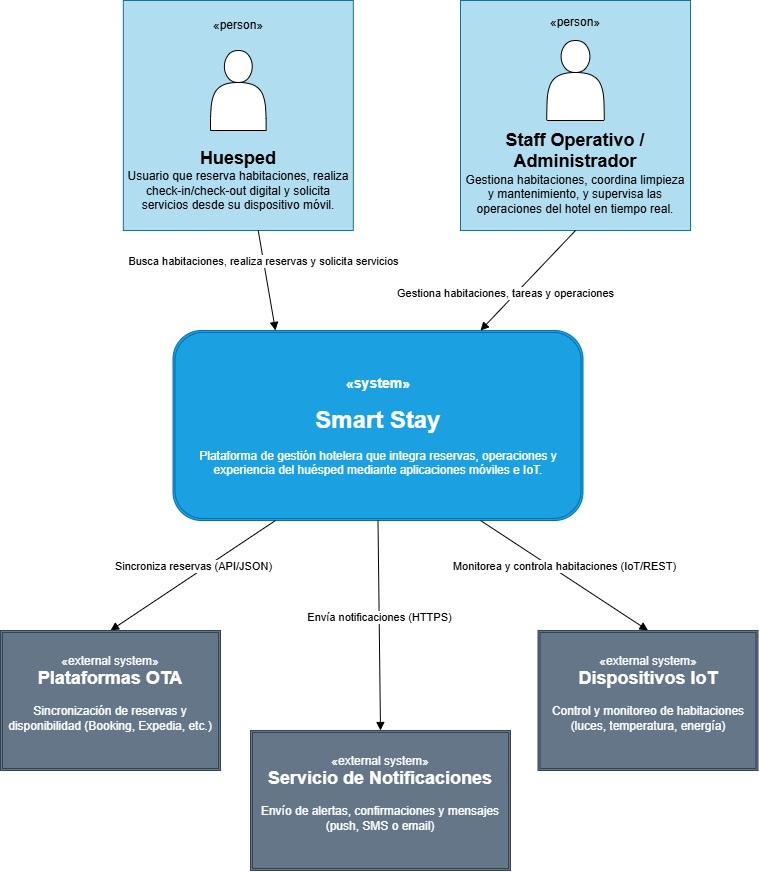
The draw.io diagram assets/Chapter-II/context-level-diagrams.png in Movil-dev-Aplicaciones-Moviles/report, before a commit. Source tidied: cells renumbered, new cells last; positions are measured from the earlier drawing's top-left corner, leaving out a move shared by most shapes.
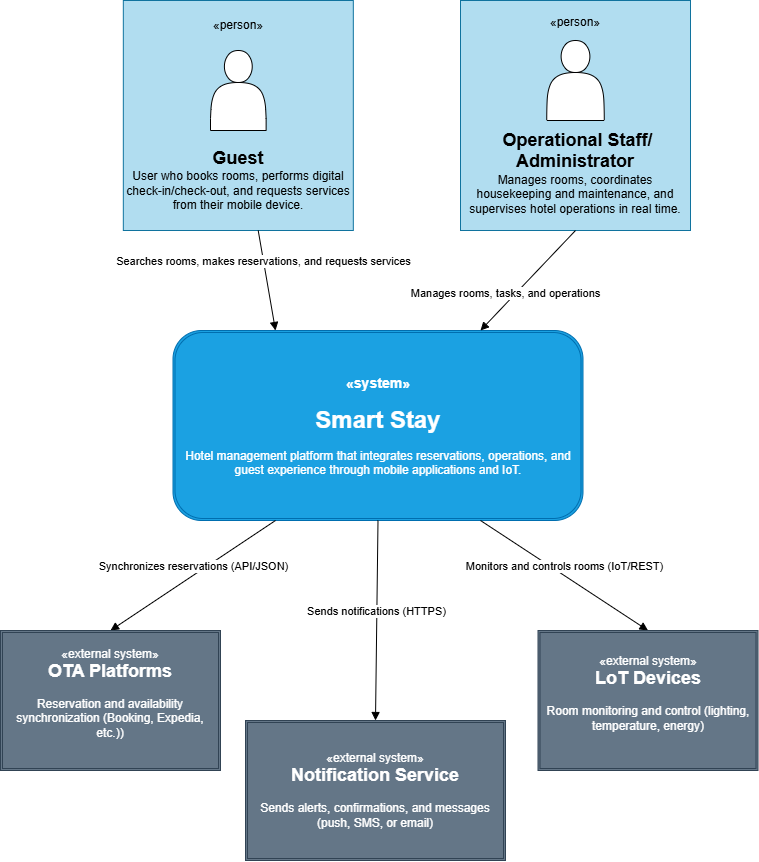
The same diagram one commit later.

The edit, as a diff of the source:
```diff
@@ -2,43 +2,43 @@
   <root>
     <mxCell id="0" />
     <mxCell id="1" parent="0" />
-    <mxCell id="2" value="&lt;div&gt;«person»&lt;/div&gt;&lt;div&gt;&lt;br&gt;&lt;/div&gt;&lt;div&gt;&lt;br&gt;&lt;/div&gt;&lt;div&gt;&lt;br&gt;&lt;/div&gt;&lt;div&gt;&lt;br&gt;&lt;/div&gt;&lt;div&gt;&lt;br&gt;&lt;/div&gt;&lt;div&gt;&lt;br&gt;&lt;/div&gt;&lt;div&gt;&lt;br&gt;&lt;/div&gt;&lt;div&gt;&lt;br&gt;&lt;/div&gt;&lt;div&gt;&lt;div&gt;&lt;font style=&quot;font-size: 18px;&quot;&gt;&lt;b&gt;Huesped&lt;/b&gt;&lt;/font&gt;&lt;/div&gt;&lt;/div&gt;&lt;div&gt;Usuario que reserva habitaciones, realiza check-in/check-out digital y solicita servicios desde su dispositivo móvil.&lt;/div&gt;" style="whiteSpace=wrap;html=1;fillColor=#b1ddf0;strokeColor=#10739e;" parent="1" vertex="1">
+    <mxCell id="2" value="&lt;div&gt;«person»&lt;/div&gt;&lt;div&gt;&lt;br&gt;&lt;/div&gt;&lt;div&gt;&lt;br&gt;&lt;/div&gt;&lt;div&gt;&lt;br&gt;&lt;/div&gt;&lt;div&gt;&lt;br&gt;&lt;/div&gt;&lt;div&gt;&lt;br&gt;&lt;/div&gt;&lt;div&gt;&lt;br&gt;&lt;/div&gt;&lt;div&gt;&lt;br&gt;&lt;/div&gt;&lt;div&gt;&lt;br&gt;&lt;/div&gt;&lt;div&gt;&lt;font style=&quot;font-size: 18px;&quot;&gt;&lt;b&gt;Guest&lt;/b&gt;&lt;/font&gt;&lt;/div&gt;&lt;div&gt;User who books rooms, performs digital check-in/check-out, and requests services from their mobile device.&lt;/div&gt;" style="whiteSpace=wrap;html=1;fillColor=#b1ddf0;strokeColor=#10739e;" parent="1" vertex="1">
       <mxGeometry x="122.8" width="230" height="230" as="geometry" />
     </mxCell>
     <mxCell id="3" value="&lt;div&gt;&lt;br&gt;&lt;/div&gt;&lt;div&gt;&lt;br&gt;&lt;/div&gt;&lt;div&gt;&lt;br&gt;&lt;/div&gt;&lt;div&gt;&lt;br&gt;&lt;/div&gt;&lt;div&gt;&lt;br&gt;&lt;/div&gt;&lt;div&gt;&lt;br&gt;&lt;/div&gt;&lt;div&gt;&lt;br&gt;&lt;/div&gt;&lt;div&gt;&lt;br&gt;&lt;/div&gt;" style="shape=actor;whiteSpace=wrap;html=1;fillColor=light-dark(#FFFFFF,#FFFFFF);" parent="1" vertex="1">
       <mxGeometry x="210" y="50" width="55.6" height="80" as="geometry" />
     </mxCell>
-    <mxCell id="4" value="&lt;div&gt;&lt;span style=&quot;background-color: transparent; color: light-dark(rgb(0, 0, 0), rgb(255, 255, 255));&quot;&gt;«person»&lt;/span&gt;&lt;/div&gt;&lt;div&gt;&lt;br&gt;&lt;/div&gt;&lt;div&gt;&lt;br&gt;&lt;/div&gt;&lt;div&gt;&lt;br&gt;&lt;/div&gt;&lt;div&gt;&lt;br&gt;&lt;/div&gt;&lt;div&gt;&lt;br&gt;&lt;/div&gt;&lt;div&gt;&lt;br&gt;&lt;/div&gt;&lt;div&gt;&lt;br&gt;&lt;/div&gt;&lt;div&gt;&lt;b&gt;&lt;font style=&quot;font-size: 18px;&quot;&gt;Staff Operativo / Administrador&lt;/font&gt;&lt;/b&gt;&lt;/div&gt;Gestiona habitaciones, coordina limpieza y mantenimiento, y supervisa las operaciones del hotel en tiempo real." style="whiteSpace=wrap;html=1;fillColor=#b1ddf0;strokeColor=#10739e;" parent="1" vertex="1">
+    <mxCell id="4" value="&lt;div&gt;&lt;span style=&quot;background-color: transparent; color: light-dark(rgb(0, 0, 0), rgb(255, 255, 255));&quot;&gt;«person»&lt;/span&gt;&lt;/div&gt;&lt;div&gt;&lt;br&gt;&lt;/div&gt;&lt;div&gt;&lt;br&gt;&lt;/div&gt;&lt;div&gt;&lt;br&gt;&lt;/div&gt;&lt;div&gt;&lt;br&gt;&lt;/div&gt;&lt;div&gt;&lt;br&gt;&lt;/div&gt;&lt;div&gt;&lt;br&gt;&lt;/div&gt;&lt;div&gt;&lt;br&gt;&lt;/div&gt;&lt;div&gt;&lt;b&gt;&lt;font style=&quot;font-size: 18px;&quot;&gt;&amp;nbsp;Operational&amp;nbsp;&lt;/font&gt;&lt;/b&gt;&lt;b style=&quot;background-color: transparent; color: light-dark(rgb(0, 0, 0), rgb(255, 255, 255));&quot;&gt;&lt;font style=&quot;font-size: 18px;&quot;&gt;Staff&lt;/font&gt;&lt;/b&gt;&lt;b style=&quot;background-color: transparent; color: light-dark(rgb(0, 0, 0), rgb(255, 255, 255));&quot;&gt;&lt;font style=&quot;font-size: 18px;&quot;&gt;/ Administrator&lt;/font&gt;&lt;/b&gt;&lt;/div&gt;Manages rooms, coordinates housekeeping and maintenance, and supervises hotel operations in real time." style="whiteSpace=wrap;html=1;fillColor=#b1ddf0;strokeColor=#10739e;" parent="1" vertex="1">
       <mxGeometry x="460" width="230" height="230" as="geometry" />
     </mxCell>
     <mxCell id="5" value="&lt;div&gt;&lt;br&gt;&lt;/div&gt;&lt;div&gt;&lt;br&gt;&lt;/div&gt;&lt;div&gt;&lt;br&gt;&lt;/div&gt;&lt;div&gt;&lt;br&gt;&lt;/div&gt;&lt;div&gt;&lt;br&gt;&lt;/div&gt;&lt;div&gt;&lt;br&gt;&lt;/div&gt;&lt;div&gt;&lt;br&gt;&lt;/div&gt;&lt;div&gt;&lt;br&gt;&lt;/div&gt;&lt;div&gt;&lt;br&gt;&lt;/div&gt;&lt;div&gt;&lt;br&gt;&lt;/div&gt;" style="shape=actor;whiteSpace=wrap;html=1;fillColor=light-dark(#FFFFFF,#FFFFFF);" parent="1" vertex="1">
       <mxGeometry x="546.2" y="40" width="57.5" height="80" as="geometry" />
     </mxCell>
-    <mxCell id="6" value="&lt;div&gt;&lt;br&gt;&lt;/div&gt;&lt;div&gt;&lt;h3&gt;«system»&lt;/h3&gt;&lt;h3&gt;&lt;font style=&quot;font-size: 24px;&quot;&gt;Smart Stay&lt;/font&gt;&lt;/h3&gt;&lt;p&gt;Plataforma de gestión hotelera que integra reservas, operaciones y experiencia del huésped mediante aplicaciones móviles e IoT.&lt;/p&gt;&lt;br&gt;&lt;/div&gt;" style="shape=ext;double=1;rounded=1;whiteSpace=wrap;html=1;fillColor=#1ba1e2;fontColor=#ffffff;strokeColor=#006EAF;" parent="1" vertex="1">
+    <mxCell id="6" value="&lt;div&gt;&lt;br&gt;&lt;/div&gt;&lt;div&gt;&lt;h3&gt;«system»&lt;/h3&gt;&lt;h3&gt;&lt;font style=&quot;font-size: 24px;&quot;&gt;Smart Stay&lt;/font&gt;&lt;/h3&gt;&lt;p&gt;Hotel management platform that integrates reservations, operations, and guest experience through mobile applications and IoT.&lt;/p&gt;&lt;br&gt;&lt;/div&gt;" style="shape=ext;double=1;rounded=1;whiteSpace=wrap;html=1;fillColor=#1ba1e2;fontColor=#ffffff;strokeColor=#006EAF;" parent="1" vertex="1">
       <mxGeometry x="172.5" y="330" width="410" height="190" as="geometry" />
     </mxCell>
-    <mxCell id="7" value="Busca habitaciones, realiza reservas y solicita servicios" style="html=1;verticalAlign=bottom;endArrow=block;curved=0;rounded=0;entryX=0.25;entryY=0;entryDx=0;entryDy=0;" parent="1" edge="1" source="2" target="6">
-      <mxGeometry x="-0.22" y="-2" relative="1" as="geometry" />
+    <mxCell id="7" value="Searches rooms, makes reservations, and requests services" style="html=1;verticalAlign=bottom;endArrow=block;curved=0;rounded=0;entryX=0.25;entryY=0;entryDx=0;entryDy=0;" parent="1" edge="1" source="2" target="6">
+      <mxGeometry x="-0.21" y="-2" relative="1" as="geometry" />
     </mxCell>
-    <mxCell id="8" value="Gestiona habitaciones, tareas y operaciones" style="html=1;verticalAlign=bottom;endArrow=block;curved=0;rounded=0;exitX=0.5;exitY=1;exitDx=0;exitDy=0;entryX=0.75;entryY=0;entryDx=0;entryDy=0;" parent="1" edge="1" source="4" target="6">
+    <mxCell id="8" value="Manages rooms, tasks, and operations" style="html=1;verticalAlign=bottom;endArrow=block;curved=0;rounded=0;exitX=0.5;exitY=1;exitDx=0;exitDy=0;entryX=0.75;entryY=0;entryDx=0;entryDy=0;" parent="1" edge="1" source="4" target="6">
       <mxGeometry x="0.45" y="-1" relative="1" as="geometry" />
     </mxCell>
-    <mxCell id="9" value="Sincroniza reservas (API/JSON)" style="html=1;verticalAlign=bottom;endArrow=block;curved=0;rounded=0;exitX=0.25;exitY=1;exitDx=0;exitDy=0;entryX=0.5;entryY=0;entryDx=0;entryDy=0;" parent="1" edge="1" source="6" target="12">
-      <mxGeometry relative="1" as="geometry" />
+    <mxCell id="9" value="Synchronizes reservations (API/JSON)" style="html=1;verticalAlign=bottom;endArrow=block;curved=0;rounded=0;exitX=0.25;exitY=1;exitDx=0;exitDy=0;entryX=0.5;entryY=0;entryDx=0;entryDy=0;" parent="1" edge="1" source="6" target="12">
+      <mxGeometry x="-0.01" relative="1" as="geometry" />
     </mxCell>
-    <mxCell id="10" value="Envía notificaciones (HTTPS)" style="html=1;verticalAlign=bottom;endArrow=block;curved=0;rounded=0;exitX=0.5;exitY=1;exitDx=0;exitDy=0;entryX=0.5;entryY=0;entryDx=0;entryDy=0;" parent="1" edge="1" source="6" target="13">
-      <mxGeometry x="0.01" relative="1" as="geometry" />
+    <mxCell id="10" value="Sends notifications (HTTPS)" style="html=1;verticalAlign=bottom;endArrow=block;curved=0;rounded=0;exitX=0.5;exitY=1;exitDx=0;exitDy=0;entryX=0.5;entryY=0;entryDx=0;entryDy=0;" parent="1" edge="1" source="6" target="13">
+      <mxGeometry relative="1" as="geometry" />
     </mxCell>
-    <mxCell id="11" value="Monitorea y controla habitaciones (IoT/REST)" style="html=1;verticalAlign=bottom;endArrow=block;curved=0;rounded=0;exitX=0.75;exitY=1;exitDx=0;exitDy=0;entryX=0.5;entryY=0;entryDx=0;entryDy=0;" parent="1" edge="1" source="6" target="14">
+    <mxCell id="11" value="Monitors and controls rooms (IoT/REST)" style="html=1;verticalAlign=bottom;endArrow=block;curved=0;rounded=0;exitX=0.75;exitY=1;exitDx=0;exitDy=0;entryX=0.5;entryY=0;entryDx=0;entryDy=0;" parent="1" edge="1" source="6" target="14">
       <mxGeometry relative="1" as="geometry" />
     </mxCell>
-    <mxCell id="12" value="&lt;br&gt;«external system»&lt;div&gt;&lt;font style=&quot;font-size: 18px;&quot;&gt;&lt;b style=&quot;&quot;&gt;Plataformas OTA&lt;/b&gt;&lt;/font&gt;&lt;/div&gt;&lt;div&gt;&lt;br&gt;&lt;/div&gt;&lt;div&gt;Sincronización de reservas y disponibilidad (Booking, Expedia, etc.)&lt;br&gt;&lt;br&gt;&lt;div&gt;&lt;br&gt;&lt;/div&gt;&lt;/div&gt;" style="shape=ext;double=1;rounded=0;whiteSpace=wrap;html=1;fillColor=#647687;fontColor=#ffffff;strokeColor=#314354;" parent="1" vertex="1">
+    <mxCell id="12" value="&lt;br&gt;«external system»&lt;div&gt;&lt;font style=&quot;font-size: 18px;&quot;&gt;&lt;b style=&quot;&quot;&gt;OTA Platforms&lt;/b&gt;&lt;/font&gt;&lt;/div&gt;&lt;div&gt;&lt;br&gt;&lt;/div&gt;&lt;div&gt;Reservation and availability synchronization (Booking, Expedia, etc.))&lt;br&gt;&lt;br&gt;&lt;div&gt;&lt;br&gt;&lt;/div&gt;&lt;/div&gt;" style="shape=ext;double=1;rounded=0;whiteSpace=wrap;html=1;fillColor=#647687;fontColor=#ffffff;strokeColor=#314354;" parent="1" vertex="1">
       <mxGeometry y="630" width="220" height="140" as="geometry" />
     </mxCell>
-    <mxCell id="13" value="&lt;br&gt;«external system»&lt;div&gt;&lt;span style=&quot;font-size: 18px;&quot;&gt;&lt;b&gt;Servicio de Notificaciones&lt;/b&gt;&lt;/span&gt;&lt;/div&gt;&lt;div&gt;&lt;br&gt;&lt;/div&gt;&lt;div&gt;Envío de alertas, confirmaciones y mensajes (push, SMS o email)&lt;br&gt;&lt;br&gt;&lt;div&gt;&lt;br&gt;&lt;/div&gt;&lt;/div&gt;" style="shape=ext;double=1;rounded=0;whiteSpace=wrap;html=1;fillColor=#647687;fontColor=#ffffff;strokeColor=#314354;" parent="1" vertex="1">
-      <mxGeometry x="250" y="730" width="260" height="140" as="geometry" />
+    <mxCell id="13" value="&lt;br&gt;«external system»&lt;div&gt;&lt;span style=&quot;font-size: 18px;&quot;&gt;&lt;b&gt;Notification Service&lt;/b&gt;&lt;/span&gt;&lt;/div&gt;&lt;div&gt;&lt;br&gt;&lt;/div&gt;&lt;div&gt;Sends alerts, confirmations, and messages (push, SMS, or email)&lt;br&gt;&lt;div&gt;&lt;br&gt;&lt;/div&gt;&lt;/div&gt;" style="shape=ext;double=1;rounded=0;whiteSpace=wrap;html=1;fillColor=#647687;fontColor=#ffffff;strokeColor=#314354;" parent="1" vertex="1">
+      <mxGeometry x="245" y="720" width="260" height="140" as="geometry" />
     </mxCell>
-    <mxCell id="14" value="&lt;br&gt;«external system»&lt;div&gt;&lt;span style=&quot;font-size: 18px;&quot;&gt;&lt;b&gt;Dispositivos IoT&lt;/b&gt;&lt;/span&gt;&lt;/div&gt;&lt;div&gt;&lt;br&gt;&lt;/div&gt;&lt;div&gt;Control y monitoreo de habitaciones (luces, temperatura, energía)&lt;br&gt;&lt;br&gt;&lt;div&gt;&lt;br&gt;&lt;/div&gt;&lt;/div&gt;" style="shape=ext;double=1;rounded=0;whiteSpace=wrap;html=1;fillColor=#647687;fontColor=#ffffff;strokeColor=#314354;" parent="1" vertex="1">
+    <mxCell id="14" value="&lt;br&gt;«external system»&lt;div&gt;&lt;span style=&quot;font-size: 18px;&quot;&gt;&lt;b&gt;LoT Devices&lt;/b&gt;&lt;/span&gt;&lt;/div&gt;&lt;div&gt;&lt;br&gt;&lt;/div&gt;&lt;div&gt;Room monitoring and control (lighting, temperature, energy)&lt;br&gt;&lt;br&gt;&lt;div&gt;&lt;br&gt;&lt;/div&gt;&lt;/div&gt;" style="shape=ext;double=1;rounded=0;whiteSpace=wrap;html=1;fillColor=#647687;fontColor=#ffffff;strokeColor=#314354;" parent="1" vertex="1">
       <mxGeometry x="537.5" y="630" width="220" height="140" as="geometry" />
     </mxCell>
     <mxCell id="15" style="edgeStyle=orthogonalEdgeStyle;rounded=0;orthogonalLoop=1;jettySize=auto;html=1;exitX=0.5;exitY=1;exitDx=0;exitDy=0;" parent="1" edge="1" source="3" target="3">
```
